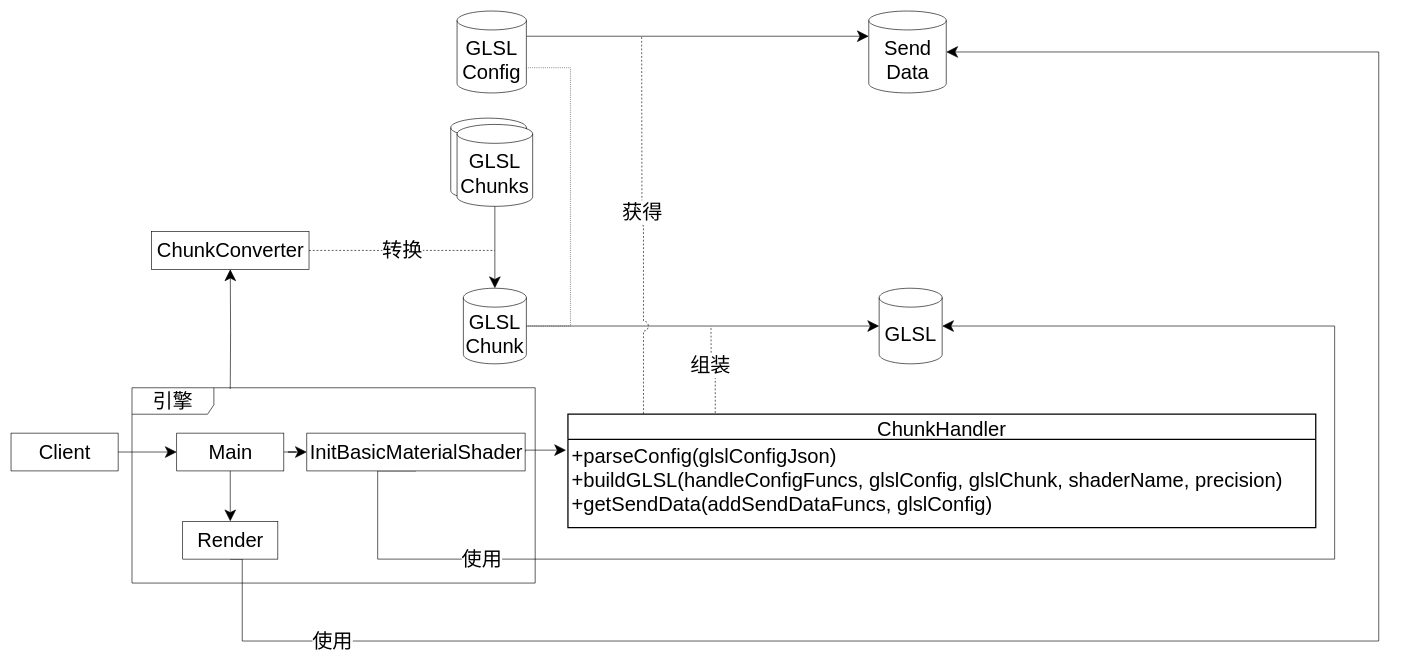
Above: packages/拼接模式/story_improve/UML.drawio in yyc-git/3DProgramPattern (draw.io), before the change. Source tidied: cells renumbered, new cells numbered last; positions are measured from the earlier drawing's top-left corner, leaving out a move shared by most shapes. Both pictures are drawn from the tidied source at 63%, with x=0, y=0 at pixel (11, 11).
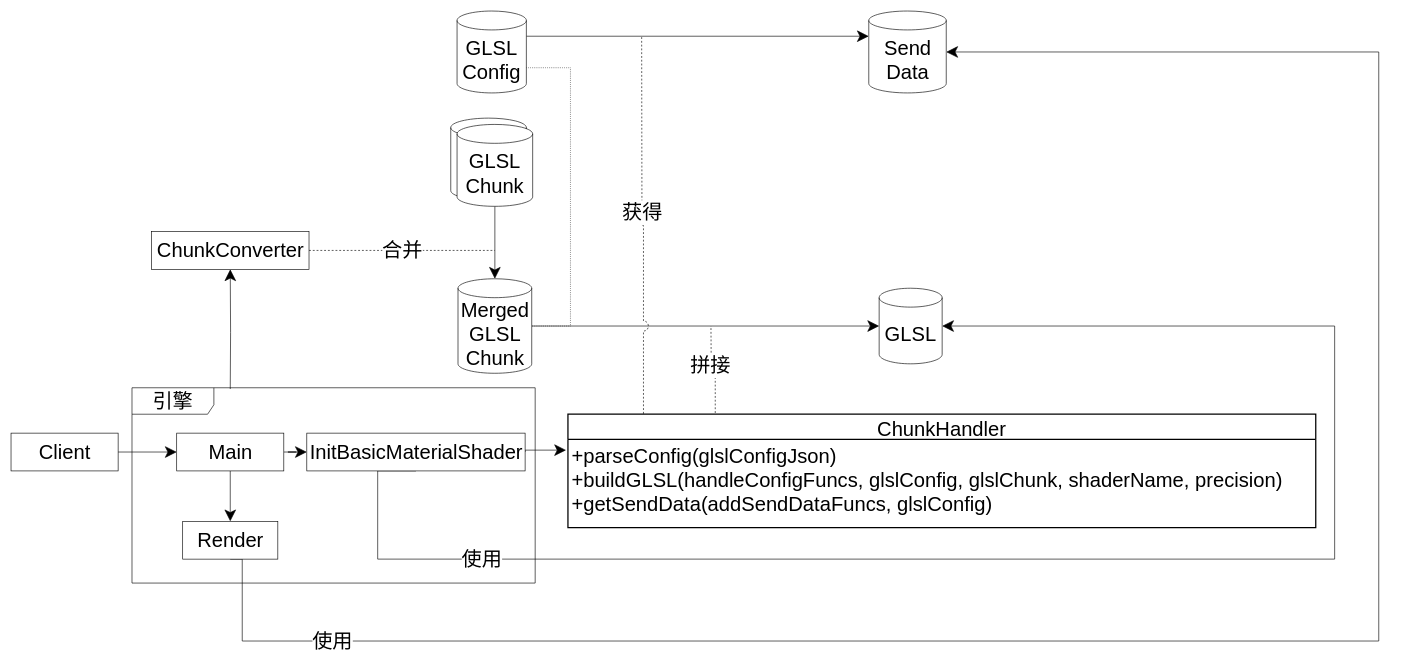
After the change.

The change refers to these unchanged cells:
```xml
<mxCell id="15" style="edgeStyle=orthogonalEdgeStyle;rounded=0;jettySize=auto;html=1;startSize=16;endSize=16;endArrow=none;endFill=0;dashed=1;" parent="1" edge="1" source="17">
  <mxGeometry relative="1" as="geometry">
    <mxPoint x="768" y="380" as="targetPoint" />
  </mxGeometry>
</mxCell>
<mxCell id="24" style="edgeStyle=orthogonalEdgeStyle;rounded=0;jettySize=auto;html=1;dashed=1;endArrow=none;endFill=0;startSize=16;endSize=16;exitX=0.197;exitY=-0.011;exitDx=0;exitDy=0;exitPerimeter=0;jumpStyle=arc;jumpSize=22;" parent="1" edge="1" source="2">
  <mxGeometry relative="1" as="geometry">
    <mxPoint x="1111" y="500" as="targetPoint" />
  </mxGeometry>
</mxCell>
```

Change to the diagram source:
```diff
@@
-    <mxCell id="16" value="&lt;font style=&quot;font-size: 32px&quot;&gt;转换&lt;/font&gt;" style="edgeLabel;html=1;align=center;verticalAlign=middle;" parent="15" vertex="1">
+    <mxCell id="16" value="&lt;font style=&quot;font-size: 32px&quot;&gt;合并&lt;/font&gt;" style="edgeLabel;html=1;align=center;verticalAlign=middle;" parent="15" vertex="1">
       <mxGeometry y="1" relative="1" as="geometry" />
     </mxCell>
@@
-    <mxCell id="19" value="&lt;font style=&quot;font-size: 32px&quot;&gt;GLSL Chunks&lt;/font&gt;" style="shape=cylinder3;whiteSpace=wrap;html=1;boundedLbl=1;backgroundOutline=1;size=15;" parent="1" vertex="1">
+    <mxCell id="19" value="&lt;font style=&quot;font-size: 32px&quot;&gt;GLSL Chunk&lt;/font&gt;" style="shape=cylinder3;whiteSpace=wrap;html=1;boundedLbl=1;backgroundOutline=1;size=15;" parent="1" vertex="1">
       <mxGeometry x="708" y="180" width="120" height="130" as="geometry" />
     </mxCell>
@@
-    <mxCell id="21" value="&lt;font style=&quot;font-size: 32px&quot;&gt;GLSL&lt;br&gt;Chunk&lt;br&gt;&lt;/font&gt;" style="shape=cylinder3;whiteSpace=wrap;html=1;boundedLbl=1;backgroundOutline=1;size=15;" parent="1" vertex="1">
-      <mxGeometry x="718" y="440" width="100" height="120" as="geometry" />
+    <mxCell id="21" value="&lt;font style=&quot;font-size: 32px&quot;&gt;Merged GLSL&lt;br&gt;Chunk&lt;br&gt;&lt;/font&gt;" style="shape=cylinder3;whiteSpace=wrap;html=1;boundedLbl=1;backgroundOutline=1;size=15;" parent="1" vertex="1">
+      <mxGeometry x="709.5" y="425" width="117" height="150" as="geometry" />
     </mxCell>
@@
-    <mxCell id="25" value="&lt;font style=&quot;font-size: 32px&quot;&gt;组装&lt;/font&gt;" style="edgeLabel;html=1;align=center;verticalAlign=middle;" parent="24" vertex="1">
+    <mxCell id="25" value="&lt;font style=&quot;font-size: 32px&quot;&gt;拼接&lt;/font&gt;" style="edgeLabel;html=1;align=center;verticalAlign=middle;" parent="24" vertex="1">
       <mxGeometry x="0.48" y="-1" relative="1" as="geometry">
         <mxPoint x="-3" y="25" as="offset" />
       </mxGeometry>
     </mxCell>
```
